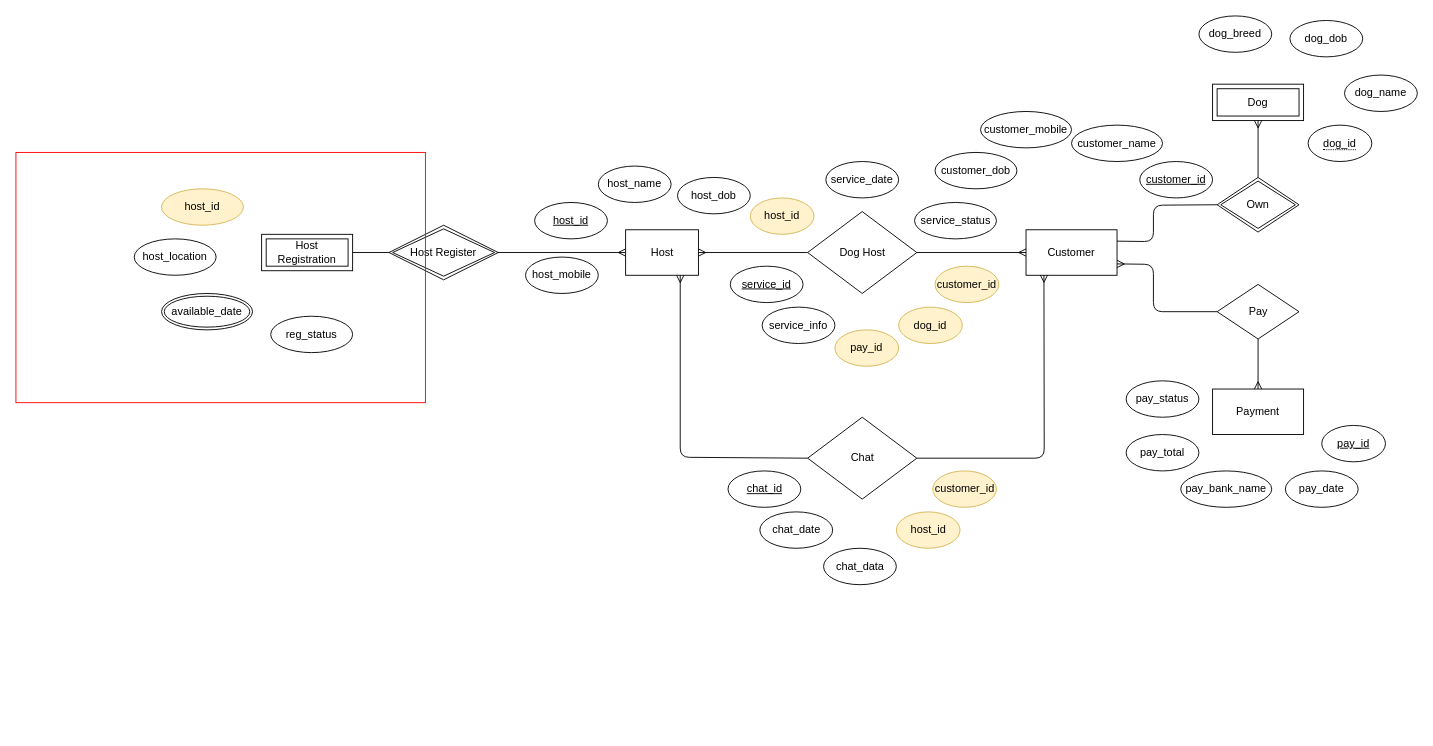
This is ProjectProcesses/HostDog_6ERD/ERD.drawio from Hostdogs/Project_Hostdog, a draw.io file, before an edit. Source tidied: cells renumbered, new cells numbered last; positions are measured from the earlier drawing's top-left corner, leaving out a move shared by most shapes. Both pictures are drawn from the tidied source at 91%, with x=0, y=0 at pixel (15, 15).
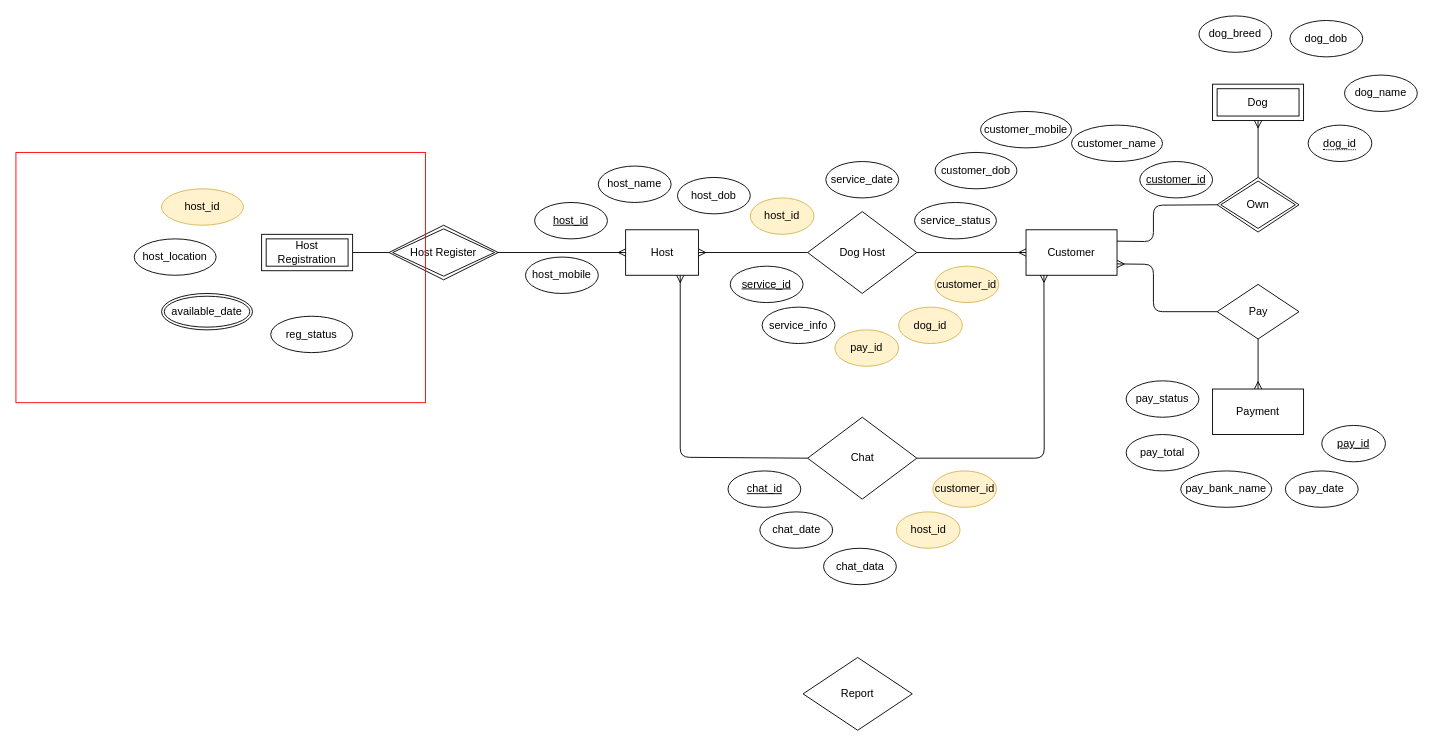
After the change.

Change to the diagram source:
```diff
@@
+    <mxCell id="57" value="Report" style="rhombus;whiteSpace=wrap;html=1;" parent="1" vertex="1">
+      <mxGeometry x="865" y="705" width="120" height="80" as="geometry" />
+    </mxCell>
```
